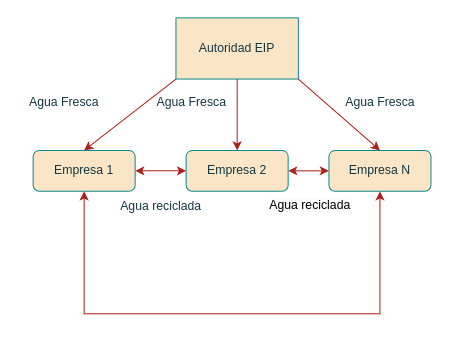
This is .drawio from FVSB/Test_Quarto, a draw.io file, before an edit. Source tidied: cells renumbered, new cells numbered last; positions are measured from the earlier drawing's top-left corner, leaving out a move shared by most shapes. Both pictures are drawn from the tidied source at 102%, with x=0, y=0 at pixel (17, 17).
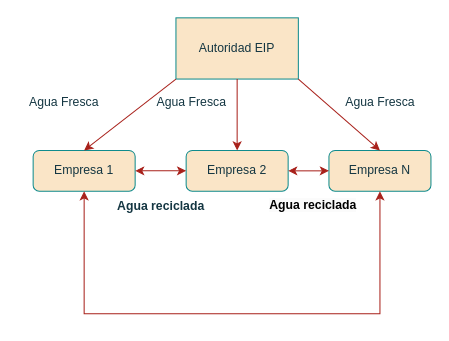
Above is the later version.

What changed in the source:
```diff
@@
 <mxGraphModel>
   <root>
     <mxCell id="0" />
     <mxCell id="1" parent="0" />
     <mxCell id="2" value="Autoridad EIP" style="rounded=0;whiteSpace=wrap;html=1;labelBackgroundColor=none;fillColor=#FAE5C7;strokeColor=#0F8B8D;fontColor=#143642;" parent="1" vertex="1">
       <mxGeometry x="155" width="120" height="60" as="geometry" />
     </mxCell>
     <mxCell id="3" value="Empresa 1" style="rounded=1;whiteSpace=wrap;html=1;labelBackgroundColor=none;fillColor=#FAE5C7;strokeColor=#0F8B8D;fontColor=#143642;" parent="1" vertex="1">
       <mxGeometry x="15" y="130" width="100" height="40" as="geometry" />
     </mxCell>
     <mxCell id="4" style="endArrow=classic;html=1;rounded=0;exitX=0;exitY=1;exitDx=0;exitDy=0;entryX=0.5;entryY=0;entryDx=0;entryDy=0;labelBackgroundColor=none;strokeColor=#A8201A;fontColor=default;" parent="1" edge="1" source="2" target="3">
       <mxGeometry relative="1" as="geometry" />
     </mxCell>
     <mxCell id="5" value="Agua Fresca" style="text;html=1;align=center;verticalAlign=middle;strokeColor=none;fillColor=none;labelBackgroundColor=none;fontColor=#143642;" parent="1" vertex="1">
       <mxGeometry y="68" width="90" height="30" as="geometry" />
     </mxCell>
     <mxCell id="6" value="Empresa 2" style="rounded=1;whiteSpace=wrap;html=1;labelBackgroundColor=none;fillColor=#FAE5C7;strokeColor=#0F8B8D;fontColor=#143642;" parent="1" vertex="1">
       <mxGeometry x="165" y="130" width="100" height="40" as="geometry" />
     </mxCell>
     <mxCell id="7" style="endArrow=classic;html=1;rounded=0;exitX=0.5;exitY=1;exitDx=0;exitDy=0;entryX=0.5;entryY=0;entryDx=0;entryDy=0;labelBackgroundColor=none;strokeColor=#A8201A;fontColor=default;" parent="1" edge="1" source="2" target="6">
       <mxGeometry relative="1" as="geometry" />
     </mxCell>
     <mxCell id="8" value="Empresa N" style="rounded=1;whiteSpace=wrap;html=1;labelBackgroundColor=none;fillColor=#FAE5C7;strokeColor=#0F8B8D;fontColor=#143642;" parent="1" vertex="1">
       <mxGeometry x="305" y="130" width="100" height="40" as="geometry" />
     </mxCell>
     <mxCell id="9" style="endArrow=classic;html=1;rounded=0;exitX=1;exitY=1;exitDx=0;exitDy=0;entryX=0.5;entryY=0;entryDx=0;entryDy=0;labelBackgroundColor=none;strokeColor=#A8201A;fontColor=default;" parent="1" edge="1" source="2" target="8">
       <mxGeometry relative="1" as="geometry" />
     </mxCell>
     <mxCell id="10" style="endArrow=classic;startArrow=classic;html=1;rounded=0;exitX=1;exitY=0.5;exitDx=0;exitDy=0;entryX=0;entryY=0.5;entryDx=0;entryDy=0;labelBackgroundColor=none;strokeColor=#A8201A;fontColor=default;" parent="1" edge="1" source="3" target="6">
       <mxGeometry relative="1" as="geometry" />
     </mxCell>
     <mxCell id="11" style="endArrow=classic;startArrow=classic;html=1;rounded=0;entryX=0;entryY=0.5;entryDx=0;entryDy=0;exitX=1;exitY=0.5;exitDx=0;exitDy=0;labelBackgroundColor=none;strokeColor=#A8201A;fontColor=default;" parent="1" edge="1" source="6" target="8">
       <mxGeometry relative="1" as="geometry" />
     </mxCell>
     <mxCell id="12" value="Agua Fresca" style="text;html=1;align=center;verticalAlign=middle;strokeColor=none;fillColor=none;labelBackgroundColor=none;fontColor=#143642;" parent="1" vertex="1">
       <mxGeometry x="125" y="68" width="90" height="30" as="geometry" />
     </mxCell>
     <mxCell id="13" value="Agua Fresca" style="text;html=1;align=center;verticalAlign=middle;strokeColor=none;fillColor=none;labelBackgroundColor=none;fontColor=#143642;" parent="1" vertex="1">
       <mxGeometry x="310" y="68" width="90" height="30" as="geometry" />
     </mxCell>
-    <mxCell id="14" value="Agua reciclada" style="text;html=1;align=center;verticalAlign=middle;strokeColor=none;fillColor=none;labelBackgroundColor=none;fontColor=#143642;" parent="1" vertex="1">
-      <mxGeometry x="90" y="170" width="100" height="30" as="geometry" />
+    <mxCell id="14" value="&lt;font&gt;&lt;b&gt;Agua reciclada&lt;/b&gt;&lt;/font&gt;" style="text;html=1;align=center;verticalAlign=middle;strokeColor=none;fillColor=none;labelBackgroundColor=none;fontColor=#143642;" parent="1" vertex="1">
+      <mxGeometry x="85" y="170" width="110" height="30" as="geometry" />
     </mxCell>
-    <mxCell id="15" value="&lt;span style=&quot;color: rgb(0, 0, 0); font-family: Helvetica; font-size: 12px; font-style: normal; font-variant-ligatures: normal; font-variant-caps: normal; font-weight: 400; letter-spacing: normal; orphans: 2; text-align: center; text-indent: 0px; text-transform: none; widows: 2; word-spacing: 0px; -webkit-text-stroke-width: 0px; white-space: nowrap; background-color: rgb(251, 251, 251); text-decoration-thickness: initial; text-decoration-style: initial; text-decoration-color: initial; display: inline !important; float: none;&quot;&gt;Agua reciclada&lt;/span&gt;" style="text;whiteSpace=wrap;html=1;labelBackgroundColor=none;fontColor=#143642;" parent="1" vertex="1">
+    <mxCell id="15" value="&lt;span style=&quot;color: rgb(0, 0, 0); font-family: Helvetica; font-size: 12px; font-style: normal; font-variant-ligatures: normal; font-variant-caps: normal; letter-spacing: normal; orphans: 2; text-align: center; text-indent: 0px; text-transform: none; widows: 2; word-spacing: 0px; -webkit-text-stroke-width: 0px; white-space: nowrap; background-color: rgb(251, 251, 251); text-decoration-thickness: initial; text-decoration-style: initial; text-decoration-color: initial; float: none; display: inline !important;&quot;&gt;&lt;b&gt;Agua reciclada&lt;/b&gt;&lt;/span&gt;" style="text;whiteSpace=wrap;html=1;labelBackgroundColor=none;fontColor=#143642;" parent="1" vertex="1">
       <mxGeometry x="245" y="170" width="110" height="40" as="geometry" />
     </mxCell>
     <mxCell id="16" style="endArrow=classic;startArrow=classic;html=1;rounded=0;entryX=1;entryY=0;entryDx=0;entryDy=0;exitX=0.5;exitY=1;exitDx=0;exitDy=0;labelBackgroundColor=none;strokeColor=#A8201A;fontColor=default;" parent="1" edge="1" source="3" target="15">
       <mxGeometry relative="1" as="geometry">
         <Array as="points">
           <mxPoint x="65" y="290" />
           <mxPoint x="215" y="290" />
           <mxPoint x="355" y="290" />
         </Array>
       </mxGeometry>
     </mxCell>
   </root>
 </mxGraphModel>
```
